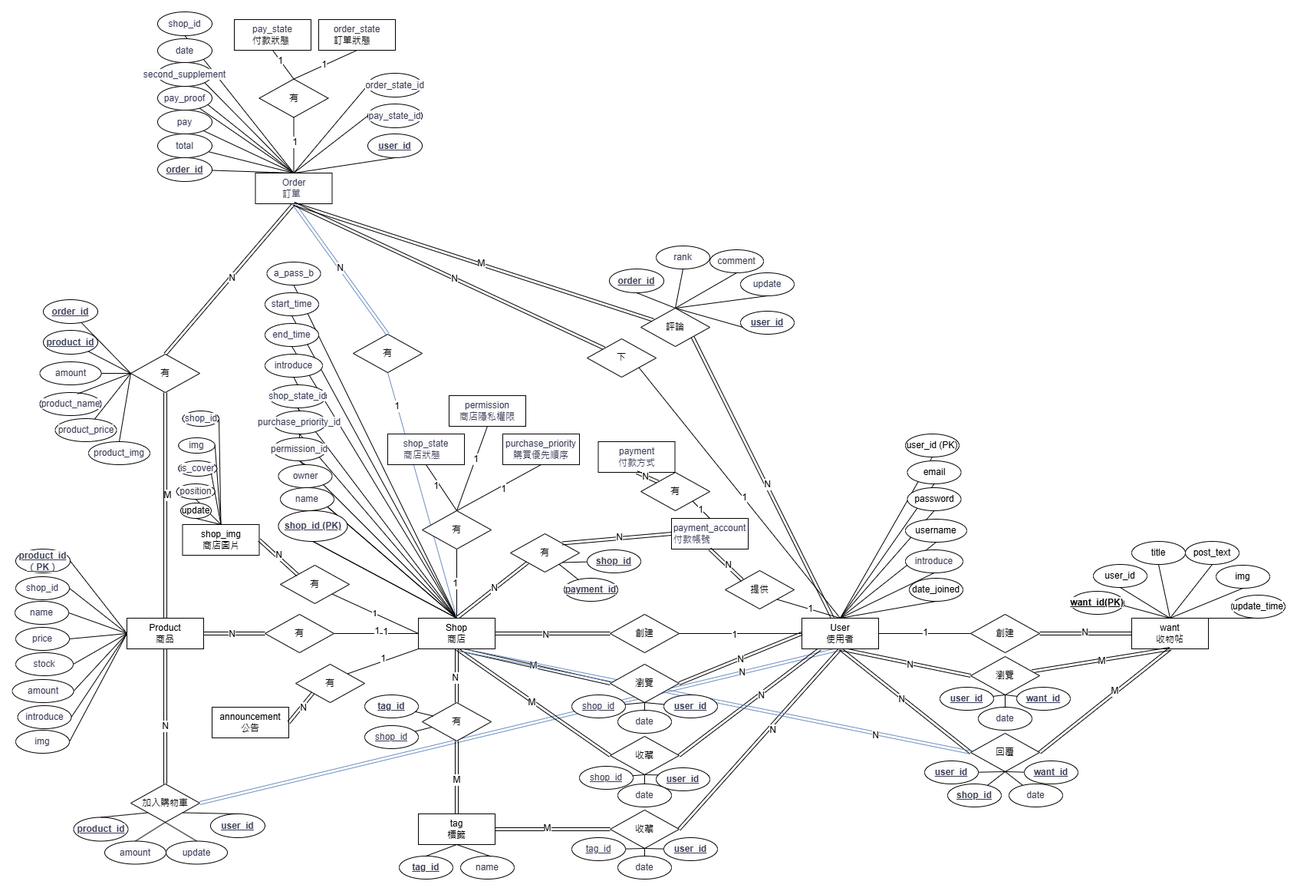
The draw.io diagram 文件/ERD.png in ntubimd-goodbye-114509/goodbye, before a commit. Source tidied: cells renumbered, new cells last; positions are measured from the earlier drawing's top-left corner, leaving out a move shared by most shapes.
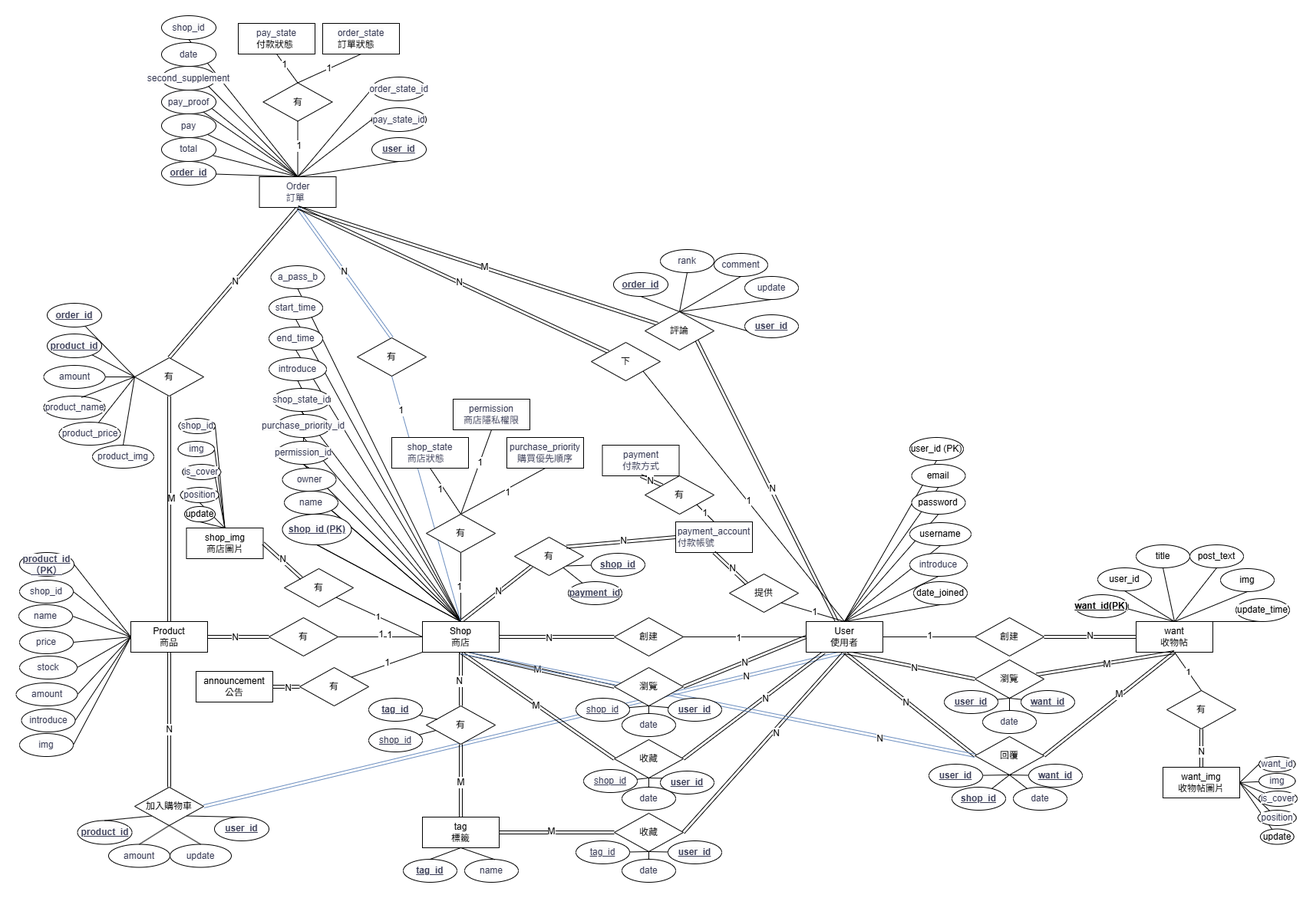
The same diagram one commit later.

Diff of the diagram source:
```diff
@@ -806,9 +806,9 @@
       <mxGeometry x="370" y="850" width="90" height="50" as="geometry" />
     </mxCell>
     <mxCell id="261" value="announcement&lt;div&gt;公告&lt;/div&gt;" style="whiteSpace=wrap;html=1;align=center;rounded=0;" parent="1" vertex="1">
-      <mxGeometry x="261" y="906" width="100" height="40" as="geometry" />
+      <mxGeometry x="235" y="855" width="100" height="40" as="geometry" />
     </mxCell>
-    <mxCell id="262" style="edgeStyle=none;curved=1;rounded=0;jettySize=auto;html=1;entryX=0;entryY=1;entryDx=0;entryDy=0;fontSize=12;shape=link;exitX=1;exitY=0.5;exitDx=0;exitDy=0;" parent="1" edge="1" source="261" target="260">
+    <mxCell id="262" style="edgeStyle=none;curved=1;rounded=0;jettySize=auto;html=1;entryX=0;entryY=0.5;entryDx=0;entryDy=0;fontSize=12;shape=link;exitX=1;exitY=0.5;exitDx=0;exitDy=0;" parent="1" edge="1" source="261" target="260">
       <mxGeometry relative="1" as="geometry" />
     </mxCell>
     <mxCell id="263" value="N" style="edgeLabel;html=1;align=center;verticalAlign=middle;fontSize=12;rounded=0;" parent="262" vertex="1">
@@ -906,10 +906,10 @@
       <mxGeometry x="217.2" y="585" width="50" height="20" as="geometry" />
     </mxCell>
     <mxCell id="293" value="&lt;span style=&quot;color: rgb(57, 60, 86); text-align: left; background-color: rgb(251, 251, 251);&quot;&gt;img&lt;/span&gt;" style="ellipse;whiteSpace=wrap;html=1;align=center;rounded=0;" parent="1" vertex="1">
-      <mxGeometry x="217.2" y="555" width="47.5" height="20" as="geometry" />
+      <mxGeometry x="211.5" y="555" width="47.5" height="20" as="geometry" />
     </mxCell>
     <mxCell id="294" value="&lt;span style=&quot;color: rgb(57, 60, 86); text-align: left; background-color: rgb(251, 251, 251);&quot;&gt;shop_id&lt;/span&gt;" style="ellipse;whiteSpace=wrap;html=1;align=center;rounded=0;" parent="1" vertex="1">
-      <mxGeometry x="222.5" y="520" width="47.5" height="20" as="geometry" />
+      <mxGeometry x="212.5" y="525" width="47.5" height="20" as="geometry" />
     </mxCell>
     <mxCell id="295" style="edgeStyle=none;curved=1;rounded=0;jettySize=auto;html=1;entryX=0.5;entryY=1;entryDx=0;entryDy=0;fontSize=12;startSize=8;endSize=8;endArrow=none;startFill=0;exitX=0.5;exitY=0;exitDx=0;exitDy=0;" parent="1" edge="1" source="287" target="290">
       <mxGeometry relative="1" as="geometry" />
@@ -932,5 +932,55 @@
     <mxCell id="301" style="edgeStyle=none;curved=1;rounded=0;jettySize=auto;html=1;entryX=0.5;entryY=1;entryDx=0;entryDy=0;fontSize=12;startSize=8;endSize=8;exitX=0.5;exitY=0;exitDx=0;exitDy=0;endArrow=none;startFill=0;" parent="1" edge="1" source="149" target="300">
       <mxGeometry relative="1" as="geometry" />
     </mxCell>
+    <mxCell id="302" value="有" style="rhombus;whiteSpace=wrap;html=1;rounded=0;" parent="1" vertex="1">
+      <mxGeometry x="1500" y="880" width="90" height="50" as="geometry" />
+    </mxCell>
+    <mxCell id="303" style="edgeStyle=none;curved=1;rounded=0;jettySize=auto;html=1;entryX=0.5;entryY=1;entryDx=0;entryDy=0;fontSize=12;startSize=8;endSize=8;endArrow=none;startFill=0;exitX=0.5;exitY=0;exitDx=0;exitDy=0;" parent="1" edge="1" source="302" target="149">
+      <mxGeometry relative="1" as="geometry" />
+    </mxCell>
+    <mxCell id="304" value="1" style="edgeLabel;html=1;align=center;verticalAlign=middle;" parent="303" vertex="1">
+      <mxGeometry x="-0.03" relative="1" as="geometry" />
+    </mxCell>
+    <mxCell id="305" style="edgeStyle=none;curved=1;rounded=0;jettySize=auto;html=1;entryX=0;entryY=0.5;entryDx=0;entryDy=0;fontSize=12;startSize=8;endSize=8;endArrow=none;startFill=0;exitX=1;exitY=0.5;exitDx=0;exitDy=0;" parent="1" edge="1" source="306" target="315">
+      <mxGeometry relative="1" as="geometry" />
+    </mxCell>
+    <mxCell id="306" value="want_img&lt;div&gt;收物帖圖片&lt;/div&gt;" style="whiteSpace=wrap;html=1;align=center;rounded=0;" parent="1" vertex="1">
+      <mxGeometry x="1495" y="980" width="100" height="40" as="geometry" />
+    </mxCell>
+    <mxCell id="307" style="edgeStyle=none;curved=1;rounded=0;jettySize=auto;html=1;entryX=0.5;entryY=0;entryDx=0;entryDy=0;fontSize=12;endArrow=none;endFill=1;startFill=0;shape=link;exitX=0.5;exitY=1;exitDx=0;exitDy=0;" parent="1" edge="1" source="302" target="306">
+      <mxGeometry relative="1" as="geometry" />
+    </mxCell>
+    <mxCell id="308" value="N" style="edgeLabel;html=1;align=center;verticalAlign=middle;fontSize=12;rounded=0;" parent="307" vertex="1">
+      <mxGeometry x="-0.26" y="2" relative="1" as="geometry">
+        <mxPoint x="-2" y="11" as="offset" />
+      </mxGeometry>
+    </mxCell>
+    <mxCell id="309" style="edgeStyle=none;curved=1;rounded=0;jettySize=auto;html=1;entryX=1;entryY=0.5;entryDx=0;entryDy=0;fontSize=12;startSize=8;endSize=8;endArrow=none;startFill=0;" parent="1" edge="1" source="310" target="306">
+      <mxGeometry relative="1" as="geometry" />
+    </mxCell>
+    <mxCell id="310" value="&lt;span style=&quot;text-align: start; font-family: Arial;&quot;&gt;&lt;font&gt;update&lt;/font&gt;&lt;/span&gt;" style="ellipse;whiteSpace=wrap;html=1;align=center;rounded=0;" parent="1" vertex="1">
+      <mxGeometry x="1621.9" y="1060.5" width="43.8" height="20" as="geometry" />
+    </mxCell>
+    <mxCell id="311" style="edgeStyle=none;curved=1;rounded=0;jettySize=auto;html=1;fontSize=12;startSize=8;endSize=8;entryX=1;entryY=0.5;entryDx=0;entryDy=0;endArrow=none;startFill=0;" parent="1" edge="1" source="312" target="306">
+      <mxGeometry relative="1" as="geometry" />
+    </mxCell>
+    <mxCell id="312" value="&lt;span style=&quot;color: rgb(57, 60, 86); text-align: left; background-color: rgb(251, 251, 251);&quot;&gt;position&lt;/span&gt;" style="ellipse;whiteSpace=wrap;html=1;align=center;rounded=0;" parent="1" vertex="1">
+      <mxGeometry x="1618.8" y="1036" width="50" height="20" as="geometry" />
+    </mxCell>
+    <mxCell id="313" value="&lt;span style=&quot;color: rgb(57, 60, 86); text-align: left; background-color: rgb(251, 251, 251);&quot;&gt;is_cover&lt;/span&gt;" style="ellipse;whiteSpace=wrap;html=1;align=center;rounded=0;" parent="1" vertex="1">
+      <mxGeometry x="1620" y="1011" width="50" height="20" as="geometry" />
+    </mxCell>
+    <mxCell id="314" value="&lt;span style=&quot;color: rgb(57, 60, 86); text-align: left; background-color: rgb(251, 251, 251);&quot;&gt;img&lt;/span&gt;" style="ellipse;whiteSpace=wrap;html=1;align=center;rounded=0;" parent="1" vertex="1">
+      <mxGeometry x="1620" y="988" width="47.5" height="20" as="geometry" />
+    </mxCell>
+    <mxCell id="315" value="&lt;span style=&quot;color: rgb(57, 60, 86); text-align: left; background-color: rgb(251, 251, 251);&quot;&gt;want_id&lt;/span&gt;" style="ellipse;whiteSpace=wrap;html=1;align=center;rounded=0;" parent="1" vertex="1">
+      <mxGeometry x="1620" y="966" width="47.5" height="20" as="geometry" />
+    </mxCell>
+    <mxCell id="316" style="edgeStyle=none;curved=1;rounded=0;jettySize=auto;html=1;entryX=1;entryY=0.5;entryDx=0;entryDy=0;fontSize=12;startSize=8;endSize=8;endArrow=none;startFill=0;" parent="1" edge="1" source="314" target="306">
+      <mxGeometry relative="1" as="geometry" />
+    </mxCell>
+    <mxCell id="317" style="edgeStyle=none;curved=1;rounded=0;jettySize=auto;html=1;entryX=1;entryY=0.5;entryDx=0;entryDy=0;fontSize=12;startSize=8;endSize=8;endArrow=none;startFill=0;" parent="1" edge="1" source="313" target="306">
+      <mxGeometry relative="1" as="geometry" />
+    </mxCell>
   </root>
 </mxGraphModel>
```
